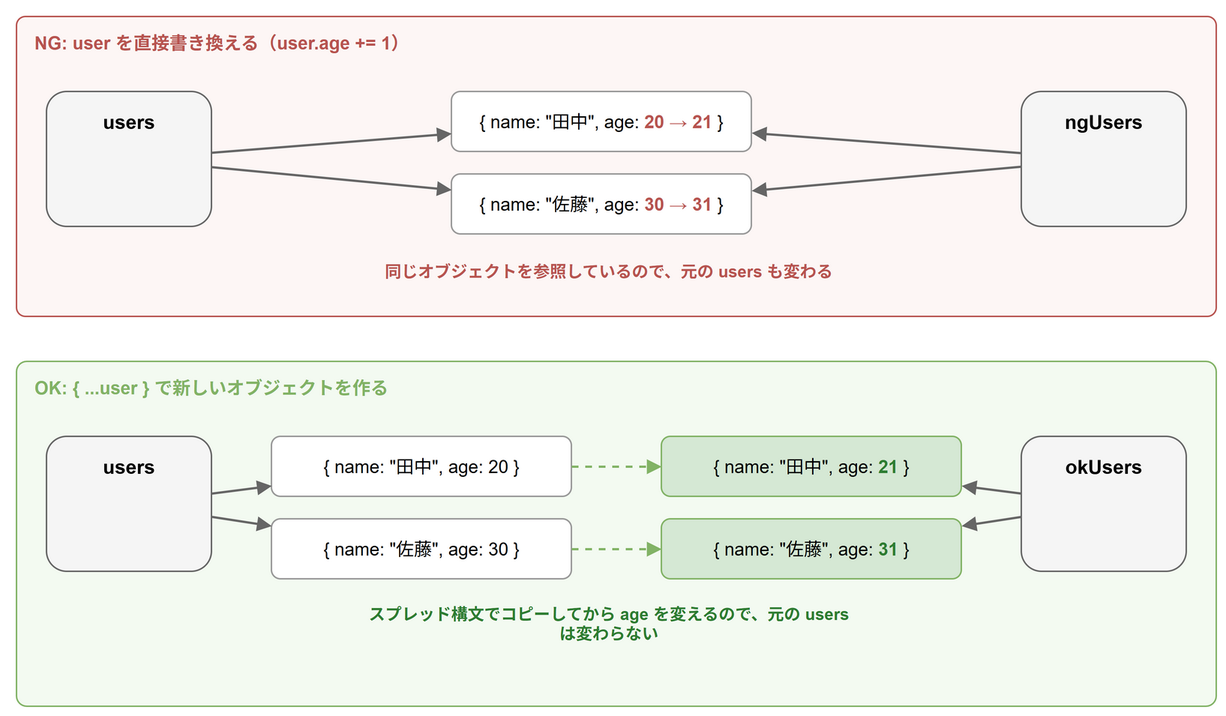
Before: images/articles/typescript-map/map-object-reference.drawio.png, a diagram exported from draw.io (aew2sbee/zenn). Source tidied: cells renumbered, new cells last; positions are measured from the earlier drawing's top-left corner, leaving out a move shared by most shapes. Its diagram source:
```xml
<mxGraphModel>
  <root>
    <mxCell id="0" />
    <mxCell id="1" parent="0" />
    <mxCell id="2" value="NG: user を直接書き換える（user.age += 1）" style="rounded=1;whiteSpace=wrap;html=1;fillColor=#fdf6f5;strokeColor=#b85450;verticalAlign=top;align=left;spacingLeft=10;spacingTop=4;spacingBottom=4;fontStyle=1;fontSize=12;fontColor=#b85450;arcSize=3;" parent="1" vertex="1">
      <mxGeometry width="800" height="200" as="geometry" />
    </mxCell>
    <mxCell id="3" value="users" style="rounded=1;whiteSpace=wrap;html=1;fontSize=13;fillColor=#f5f5f5;strokeColor=#666666;fontStyle=1;verticalAlign=top;spacingTop=6;" parent="1" vertex="1">
      <mxGeometry x="20" y="50" width="110" height="90" as="geometry" />
    </mxCell>
    <mxCell id="4" value="ngUsers" style="rounded=1;whiteSpace=wrap;html=1;fontSize=13;fillColor=#f5f5f5;strokeColor=#666666;fontStyle=1;verticalAlign=top;spacingTop=6;" parent="1" vertex="1">
      <mxGeometry x="670" y="50" width="110" height="90" as="geometry" />
    </mxCell>
    <mxCell id="5" value="{ name: &quot;田中&quot;, age: &lt;font color=&quot;#b85450&quot;&gt;&lt;b&gt;20 → 21&lt;/b&gt;&lt;/font&gt; }" style="rounded=1;whiteSpace=wrap;html=1;fontSize=12;fillColor=#ffffff;strokeColor=#999999;" parent="1" vertex="1">
      <mxGeometry x="290" y="50" width="200" height="40" as="geometry" />
    </mxCell>
    <mxCell id="6" value="{ name: &quot;佐藤&quot;, age: &lt;font color=&quot;#b85450&quot;&gt;&lt;b&gt;30 → 31&lt;/b&gt;&lt;/font&gt; }" style="rounded=1;whiteSpace=wrap;html=1;fontSize=12;fillColor=#ffffff;strokeColor=#999999;" parent="1" vertex="1">
      <mxGeometry x="290" y="105" width="200" height="40" as="geometry" />
    </mxCell>
    <mxCell id="7" style="html=1;endArrow=block;endFill=1;strokeColor=#666666;strokeWidth=1.5;fontSize=12;labelBackgroundColor=#ffffff;" parent="1" edge="1" source="3" target="5">
      <mxGeometry relative="1" as="geometry" />
    </mxCell>
    <mxCell id="8" style="html=1;endArrow=block;endFill=1;strokeColor=#666666;strokeWidth=1.5;fontSize=12;labelBackgroundColor=#ffffff;" parent="1" edge="1" source="4" target="5">
      <mxGeometry relative="1" as="geometry" />
    </mxCell>
    <mxCell id="9" style="html=1;endArrow=block;endFill=1;strokeColor=#666666;strokeWidth=1.5;fontSize=12;labelBackgroundColor=#ffffff;" parent="1" edge="1" source="3" target="6">
      <mxGeometry relative="1" as="geometry" />
    </mxCell>
    <mxCell id="10" style="html=1;endArrow=block;endFill=1;strokeColor=#666666;strokeWidth=1.5;fontSize=12;labelBackgroundColor=#ffffff;" parent="1" edge="1" source="4" target="6">
      <mxGeometry relative="1" as="geometry" />
    </mxCell>
    <mxCell id="11" value="&lt;font color=&quot;#b85450&quot;&gt;&lt;b&gt;同じオブジェクトを参照しているので、元の users も変わる&lt;/b&gt;&lt;/font&gt;" style="text;html=1;whiteSpace=wrap;align=center;verticalAlign=middle;fontSize=11;fontColor=#333333;" parent="1" vertex="1">
      <mxGeometry x="230" y="155" width="330" height="30" as="geometry" />
    </mxCell>
    <mxCell id="12" value="OK: { ...user } で新しいオブジェクトを作る" style="rounded=1;whiteSpace=wrap;html=1;fillColor=#f3faf1;strokeColor=#82b366;verticalAlign=top;align=left;spacingLeft=10;spacingTop=4;spacingBottom=4;fontStyle=1;fontSize=12;fontColor=#82b366;arcSize=3;" parent="1" vertex="1">
      <mxGeometry y="230" width="800" height="230" as="geometry" />
    </mxCell>
    <mxCell id="13" value="users" style="rounded=1;whiteSpace=wrap;html=1;fontSize=13;fillColor=#f5f5f5;strokeColor=#666666;fontStyle=1;verticalAlign=top;spacingTop=6;" parent="1" vertex="1">
      <mxGeometry x="20" y="280" width="110" height="90" as="geometry" />
    </mxCell>
    <mxCell id="14" value="okUsers" style="rounded=1;whiteSpace=wrap;html=1;fontSize=13;fillColor=#f5f5f5;strokeColor=#666666;fontStyle=1;verticalAlign=top;spacingTop=6;" parent="1" vertex="1">
      <mxGeometry x="670" y="280" width="110" height="90" as="geometry" />
    </mxCell>
    <mxCell id="15" value="{ name: &quot;田中&quot;, age: 20 }" style="rounded=1;whiteSpace=wrap;html=1;fontSize=12;fillColor=#ffffff;strokeColor=#999999;" parent="1" vertex="1">
      <mxGeometry x="170" y="280" width="200" height="40" as="geometry" />
    </mxCell>
    <mxCell id="16" value="{ name: &quot;佐藤&quot;, age: 30 }" style="rounded=1;whiteSpace=wrap;html=1;fontSize=12;fillColor=#ffffff;strokeColor=#999999;" parent="1" vertex="1">
      <mxGeometry x="170" y="335" width="200" height="40" as="geometry" />
    </mxCell>
    <mxCell id="17" value="{ name: &quot;田中&quot;, age: &lt;font color=&quot;#2e7d32&quot;&gt;&lt;b&gt;21&lt;/b&gt;&lt;/font&gt; }" style="rounded=1;whiteSpace=wrap;html=1;fontSize=12;fillColor=#d5e8d4;strokeColor=#82b366;" parent="1" vertex="1">
      <mxGeometry x="430" y="280" width="200" height="40" as="geometry" />
    </mxCell>
    <mxCell id="18" value="{ name: &quot;佐藤&quot;, age: &lt;font color=&quot;#2e7d32&quot;&gt;&lt;b&gt;31&lt;/b&gt;&lt;/font&gt; }" style="rounded=1;whiteSpace=wrap;html=1;fontSize=12;fillColor=#d5e8d4;strokeColor=#82b366;" parent="1" vertex="1">
      <mxGeometry x="430" y="335" width="200" height="40" as="geometry" />
    </mxCell>
    <mxCell id="19" style="html=1;endArrow=block;endFill=1;strokeColor=#666666;strokeWidth=1.5;fontSize=12;labelBackgroundColor=#ffffff;" parent="1" edge="1" source="13" target="15">
      <mxGeometry relative="1" as="geometry" />
    </mxCell>
    <mxCell id="20" style="html=1;endArrow=block;endFill=1;strokeColor=#666666;strokeWidth=1.5;fontSize=12;labelBackgroundColor=#ffffff;" parent="1" edge="1" source="13" target="16">
      <mxGeometry relative="1" as="geometry" />
    </mxCell>
    <mxCell id="21" style="html=1;endArrow=block;endFill=1;strokeColor=#666666;strokeWidth=1.5;fontSize=12;labelBackgroundColor=#ffffff;" parent="1" edge="1" source="14" target="17">
      <mxGeometry relative="1" as="geometry" />
    </mxCell>
    <mxCell id="22" style="html=1;endArrow=block;endFill=1;strokeColor=#666666;strokeWidth=1.5;fontSize=12;labelBackgroundColor=#ffffff;" parent="1" edge="1" source="14" target="18">
      <mxGeometry relative="1" as="geometry" />
    </mxCell>
    <mxCell id="23" style="html=1;endArrow=block;endFill=1;strokeColor=#82b366;strokeWidth=1.5;fontSize=12;labelBackgroundColor=#ffffff;dashed=1;" parent="1" edge="1" source="15" target="17">
      <mxGeometry relative="1" as="geometry" />
    </mxCell>
    <mxCell id="24" style="html=1;endArrow=block;endFill=1;strokeColor=#82b366;strokeWidth=1.5;fontSize=12;labelBackgroundColor=#ffffff;dashed=1;" parent="1" edge="1" source="16" target="18">
      <mxGeometry relative="1" as="geometry" />
    </mxCell>
    <mxCell id="25" value="&lt;font color=&quot;#2e7d32&quot;&gt;&lt;b&gt;スプレッド構文でコピーしてから age を変えるので、元の users は変わらない&lt;/b&gt;&lt;/font&gt;" style="text;html=1;whiteSpace=wrap;align=center;verticalAlign=middle;fontSize=11;fontColor=#333333;" parent="1" vertex="1">
      <mxGeometry x="230" y="390" width="330" height="30" as="geometry" />
    </mxCell>
  </root>
</mxGraphModel>
```
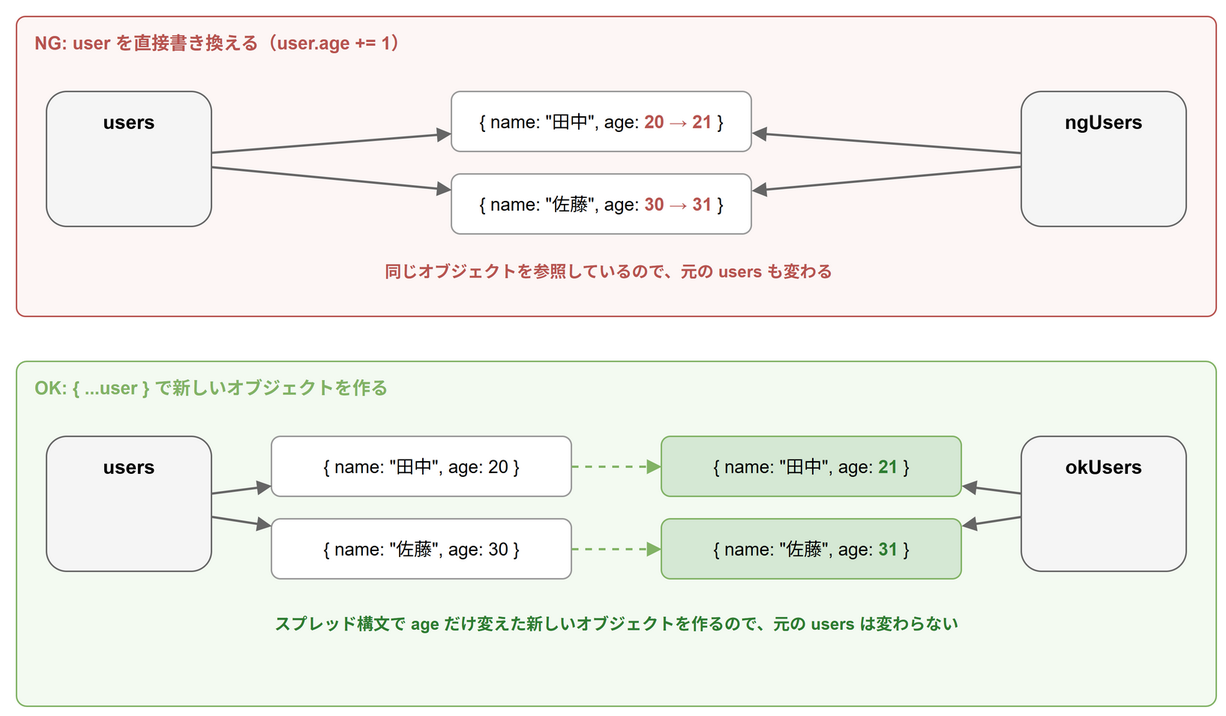
Above is the later version.

Commit message:
docs: 図と導入文をレビュー指摘に合わせて修正

The edit, as a diff of the source:
```diff
@@ -71,8 +71,8 @@
     <mxCell id="24" style="html=1;endArrow=block;endFill=1;strokeColor=#82b366;strokeWidth=1.5;fontSize=12;labelBackgroundColor=#ffffff;dashed=1;" parent="1" edge="1" source="16" target="18">
       <mxGeometry relative="1" as="geometry" />
     </mxCell>
-    <mxCell id="25" value="&lt;font color=&quot;#2e7d32&quot;&gt;&lt;b&gt;スプレッド構文でコピーしてから age を変えるので、元の users は変わらない&lt;/b&gt;&lt;/font&gt;" style="text;html=1;whiteSpace=wrap;align=center;verticalAlign=middle;fontSize=11;fontColor=#333333;" parent="1" vertex="1">
-      <mxGeometry x="230" y="390" width="330" height="30" as="geometry" />
+    <mxCell id="25" value="&lt;font color=&quot;#2e7d32&quot;&gt;&lt;b&gt;スプレッド構文で age だけ変えた新しいオブジェクトを作るので、元の users は変わらない&lt;/b&gt;&lt;/font&gt;" style="text;html=1;whiteSpace=wrap;align=center;verticalAlign=middle;fontSize=11;fontColor=#333333;" parent="1" vertex="1">
+      <mxGeometry x="100" y="390" width="600" height="30" as="geometry" />
     </mxCell>
   </root>
 </mxGraphModel>
```
